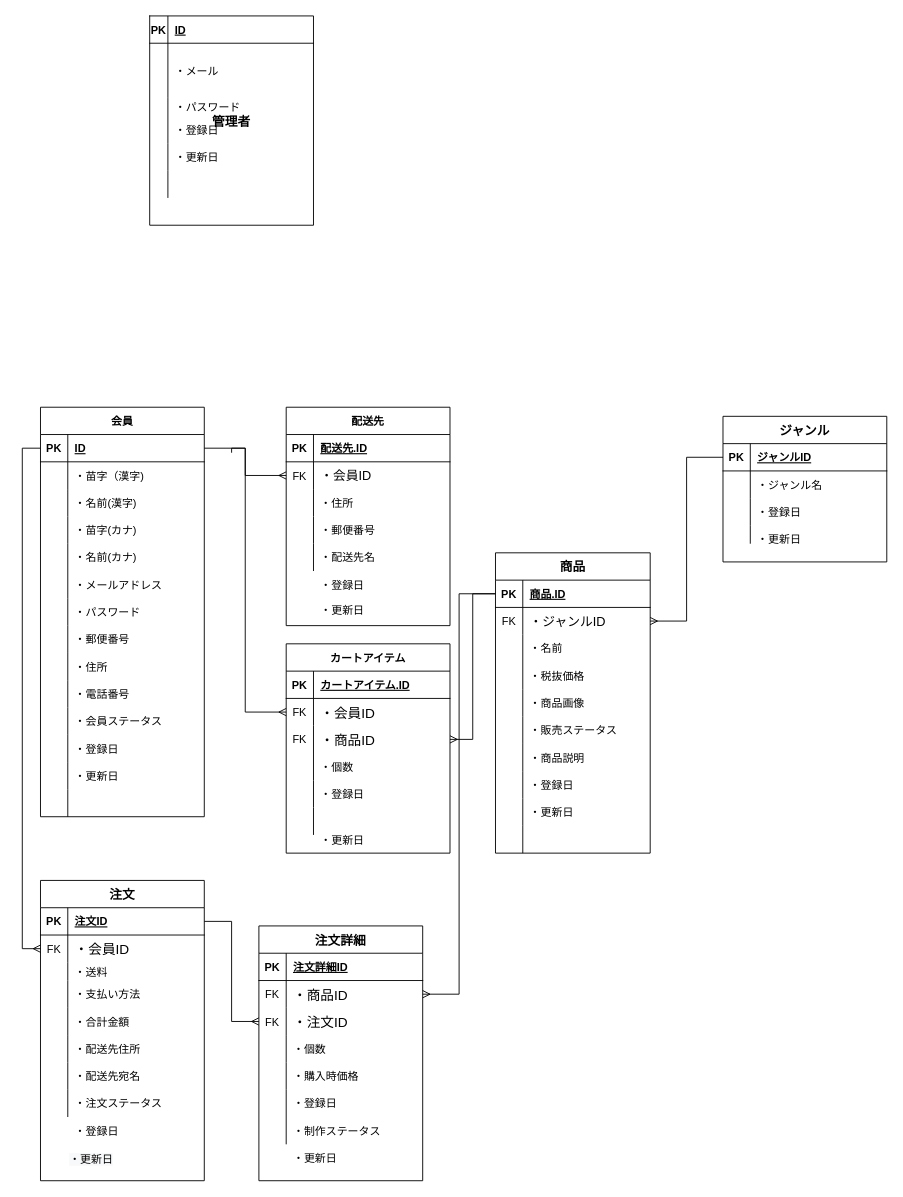
The draw.io diagram Untitled Diagram.drawio in 74905/bookers1_debug_app, before the edit. Source tidied: cells renumbered, new cells numbered last; positions are measured from the earlier drawing's top-left corner, leaving out a move shared by most shapes. Both pictures are drawn from the tidied source at 91%, with x=0, y=0 at pixel (40, 15).
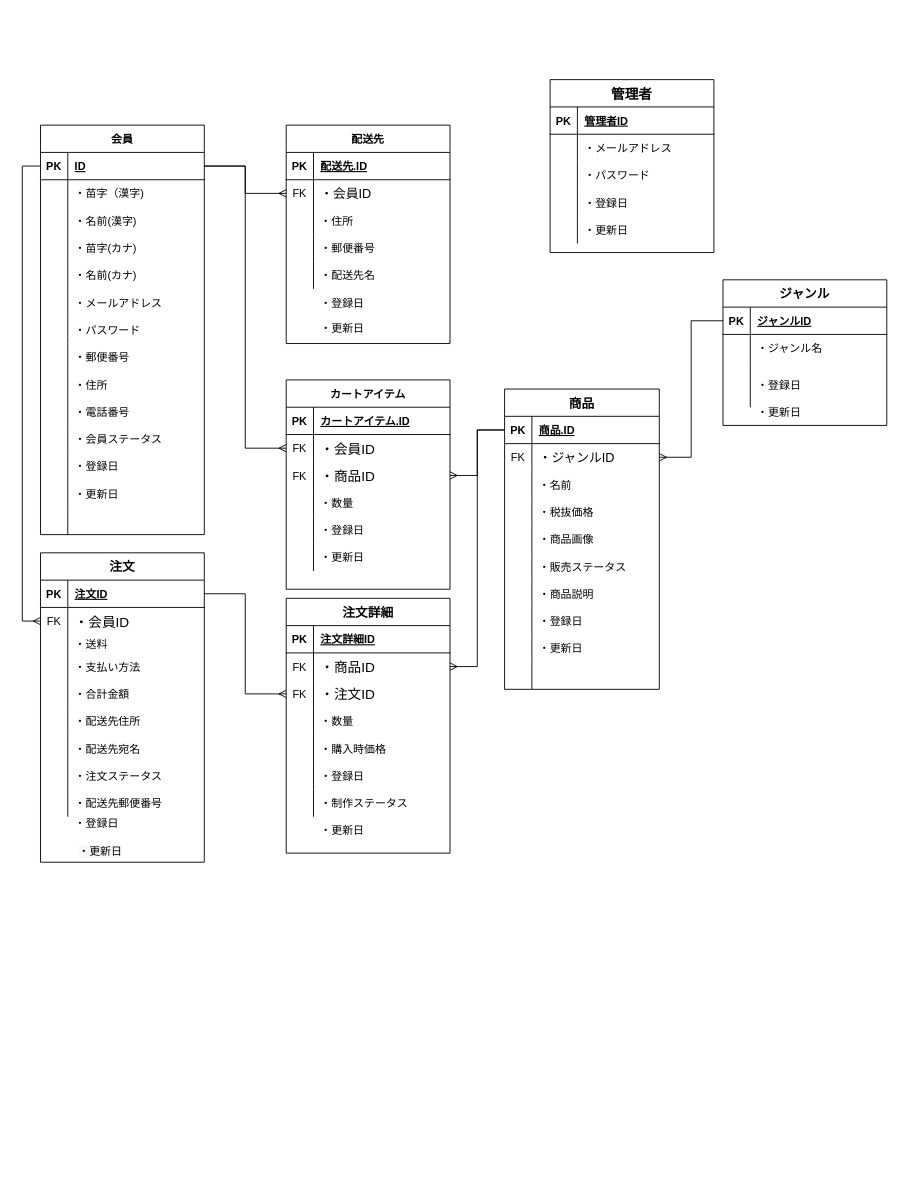
The same diagram, later.

Commit message (it also covers changes not shown here):
Untitled Diagram.drawio を更新します

Unchanged cells that the change refers to:
```xml
<mxCell id="3" style="shape=partialRectangle;fillColor=none;top=0;left=0;bottom=1;right=0;points=[[0,0.5],[1,0.5]];portConstraint=eastwest;" parent="2" vertex="1">
  <mxGeometry y="30" width="180" height="30" as="geometry" />
</mxCell>
<mxCell id="49" style="shape=partialRectangle;fillColor=none;top=0;left=0;bottom=0;right=0;points=[[0,0.5],[1,0.5]];portConstraint=eastwest;" parent="45" vertex="1">
  <mxGeometry y="60" width="180" height="30" as="geometry" />
</mxCell>
<mxCell id="65" style="shape=partialRectangle;fillColor=none;top=0;left=0;bottom=0;right=0;points=[[0,0.5],[1,0.5]];portConstraint=eastwest;" parent="61" vertex="1">
  <mxGeometry y="60" width="180" height="30" as="geometry" />
</mxCell>
<mxCell id="71" style="shape=partialRectangle;fillColor=none;top=0;left=0;bottom=0;right=0;" parent="61" vertex="1">
  <mxGeometry y="120" width="180" height="30" as="geometry" />
</mxCell>
<mxCell id="140" style="shape=partialRectangle;fillColor=none;top=0;left=0;bottom=0;right=0;" parent="130" vertex="1">
  <mxGeometry y="120" width="180" height="30" as="geometry" />
</mxCell>
```

What changed in the source:
```diff
@@
     <mxCell id="2" value="会員" style="shape=table;startSize=30;childLayout=tableLayout;rowLines=0;fontStyle=1;align=center;labelBackgroundColor=none;strokeColor=#000000;strokeWidth=1;fillColor=#ffffff;" parent="1" vertex="1">
-      <mxGeometry y="430" width="180" height="450" as="geometry" />
+      <mxGeometry y="120" width="180" height="450" as="geometry" />
     </mxCell>
@@
     <mxCell id="45" value="配送先" style="shape=table;startSize=30;childLayout=tableLayout;rowLines=0;fontStyle=1;align=center;labelBackgroundColor=none;strokeColor=#000000;strokeWidth=1;fillColor=#ffffff;" parent="1" vertex="1">
-      <mxGeometry x="270" y="430" width="180" height="240" as="geometry" />
+      <mxGeometry x="270" y="120" width="180" height="240" as="geometry" />
     </mxCell>
@@
     <mxCell id="61" value="カートアイテム" style="shape=table;startSize=30;childLayout=tableLayout;rowLines=0;fontStyle=1;align=center;labelBackgroundColor=none;strokeColor=#000000;strokeWidth=1;fillColor=#ffffff;" parent="1" vertex="1">
-      <mxGeometry x="270" y="690" width="180" height="230" as="geometry" />
+      <mxGeometry x="270" y="400" width="180" height="230" as="geometry" />
     </mxCell>
@@
-    <mxCell id="73" value="・個数" style="shape=partialRectangle;fillColor=none;top=0;left=0;bottom=0;right=0;align=left;spacingLeft=6;overflow=hidden;" parent="71" vertex="1">
+    <mxCell id="73" value="・数量" style="shape=partialRectangle;fillColor=none;top=0;left=0;bottom=0;right=0;align=left;spacingLeft=6;overflow=hidden;" parent="71" vertex="1">
       <mxGeometry x="30" width="150" height="30" as="geometry" />
     </mxCell>
@@
     <mxCell id="80" value="商品" style="shape=table;startSize=30;childLayout=tableLayout;rowLines=0;fontStyle=1;align=center;labelBackgroundColor=none;strokeColor=#000000;strokeWidth=1;fillColor=#ffffff;fontSize=14;" parent="1" vertex="1">
-      <mxGeometry x="500" y="590" width="170" height="330" as="geometry" />
+      <mxGeometry x="510" y="410" width="170" height="330" as="geometry" />
     </mxCell>
@@
-    <mxCell id="111" value="管理者" style="shape=table;startSize=0;childLayout=tableLayout;rowLines=0;fontStyle=1;align=center;labelBackgroundColor=none;strokeColor=#000000;strokeWidth=1;fillColor=#ffffff;fontSize=14;" parent="1" vertex="1">
-      <mxGeometry x="120" width="180" height="230" as="geometry" />
-    </mxCell>
-    <mxCell id="112" style="shape=partialRectangle;fillColor=none;top=0;left=0;bottom=1;right=0;" parent="111" vertex="1">
-      <mxGeometry width="180" height="30" as="geometry" />
-    </mxCell>
-    <mxCell id="113" value="PK" style="shape=partialRectangle;fillColor=none;top=0;left=0;bottom=0;right=0;fontStyle=1;overflow=hidden;" parent="112" vertex="1">
-      <mxGeometry width="20" height="30" as="geometry" />
-    </mxCell>
-    <mxCell id="114" value="ID" style="shape=partialRectangle;fillColor=none;top=0;left=0;bottom=0;right=0;align=left;spacingLeft=6;fontStyle=5;overflow=hidden;" parent="112" vertex="1">
-      <mxGeometry x="20" width="160" height="30" as="geometry" />
-    </mxCell>
-    <mxCell id="115" style="shape=partialRectangle;fillColor=none;top=0;left=0;bottom=0;right=0;" parent="111" vertex="1">
-      <mxGeometry y="30" width="180" height="60" as="geometry" />
-    </mxCell>
-    <mxCell id="116" style="shape=partialRectangle;fillColor=none;top=0;left=0;bottom=0;right=0;overflow=hidden;" parent="115" vertex="1">
-      <mxGeometry width="20" height="60" as="geometry" />
-    </mxCell>
-    <mxCell id="117" value="・メール" style="shape=partialRectangle;fillColor=none;top=0;left=0;bottom=0;right=0;align=left;spacingLeft=6;overflow=hidden;" parent="115" vertex="1">
-      <mxGeometry x="20" width="160" height="60" as="geometry" />
-    </mxCell>
-    <mxCell id="118" style="shape=partialRectangle;fillColor=none;top=0;left=0;bottom=0;right=0;" parent="111" vertex="1">
-      <mxGeometry y="90" width="180" height="20" as="geometry" />
-    </mxCell>
-    <mxCell id="119" style="shape=partialRectangle;fillColor=none;top=0;left=0;bottom=0;right=0;overflow=hidden;" parent="118" vertex="1">
-      <mxGeometry width="20" height="20" as="geometry" />
-    </mxCell>
-    <mxCell id="120" value="・パスワード" style="shape=partialRectangle;fillColor=none;top=0;left=0;bottom=0;right=0;align=left;spacingLeft=6;overflow=hidden;" parent="118" vertex="1">
-      <mxGeometry x="20" width="160" height="20" as="geometry" />
-    </mxCell>
-    <mxCell id="121" style="shape=partialRectangle;fillColor=none;top=0;left=0;bottom=0;right=0;labelBackgroundColor=none;strokeColor=#000000;strokeWidth=1;fontSize=14;" parent="111" vertex="1">
-      <mxGeometry y="110" width="180" height="30" as="geometry" />
-    </mxCell>
-    <mxCell id="122" style="shape=partialRectangle;fillColor=none;top=0;left=0;bottom=0;right=0;overflow=hidden;" parent="121" vertex="1">
-      <mxGeometry width="20" height="30" as="geometry" />
-    </mxCell>
-    <mxCell id="123" value="・登録日" style="shape=partialRectangle;fillColor=none;top=0;left=0;bottom=0;right=0;align=left;spacingLeft=6;overflow=hidden;" parent="121" vertex="1">
-      <mxGeometry x="20" width="160" height="30" as="geometry" />
-    </mxCell>
-    <mxCell id="124" style="shape=partialRectangle;fillColor=none;top=0;left=0;bottom=0;right=0;labelBackgroundColor=none;strokeColor=#000000;strokeWidth=1;fontSize=14;" parent="111" vertex="1">
-      <mxGeometry y="140" width="180" height="30" as="geometry" />
-    </mxCell>
-    <mxCell id="125" style="shape=partialRectangle;fillColor=none;top=0;left=0;bottom=0;right=0;overflow=hidden;" parent="124" vertex="1">
-      <mxGeometry width="20" height="30" as="geometry" />
-    </mxCell>
-    <mxCell id="126" value="・更新日" style="shape=partialRectangle;fillColor=none;top=0;left=0;bottom=0;right=0;align=left;spacingLeft=6;overflow=hidden;" parent="124" vertex="1">
-      <mxGeometry x="20" width="160" height="30" as="geometry" />
-    </mxCell>
-    <mxCell id="127" style="shape=partialRectangle;fillColor=none;top=0;left=0;bottom=0;right=0;" parent="111" vertex="1">
-      <mxGeometry y="170" width="180" height="30" as="geometry" />
-    </mxCell>
-    <mxCell id="128" style="shape=partialRectangle;fillColor=none;top=0;left=0;bottom=0;right=0;overflow=hidden;" parent="127" vertex="1">
-      <mxGeometry width="20" height="30" as="geometry" />
-    </mxCell>
-    <mxCell id="129" style="shape=partialRectangle;fillColor=none;top=0;left=0;bottom=0;right=0;align=left;spacingLeft=6;overflow=hidden;" parent="127" vertex="1">
-      <mxGeometry x="20" width="160" height="30" as="geometry" />
-    </mxCell>
     <mxCell id="130" value="注文詳細" style="shape=table;startSize=30;childLayout=tableLayout;rowLines=0;fontStyle=1;align=center;labelBackgroundColor=none;strokeColor=#000000;strokeWidth=1;fillColor=#ffffff;fontSize=14;" parent="1" vertex="1">
-      <mxGeometry x="240" y="1000" width="180" height="280" as="geometry" />
+      <mxGeometry x="270" y="640" width="180" height="280" as="geometry" />
     </mxCell>
@@
-    <mxCell id="142" value="・個数" style="shape=partialRectangle;fillColor=none;top=0;left=0;bottom=0;right=0;align=left;spacingLeft=6;overflow=hidden;" parent="140" vertex="1">
+    <mxCell id="142" value="・数量" style="shape=partialRectangle;fillColor=none;top=0;left=0;bottom=0;right=0;align=left;spacingLeft=6;overflow=hidden;" parent="140" vertex="1">
       <mxGeometry x="30" width="150" height="30" as="geometry" />
     </mxCell>
@@
     <mxCell id="152" value="注文" style="shape=table;startSize=30;childLayout=tableLayout;rowLines=0;fontStyle=1;align=center;labelBackgroundColor=none;strokeColor=#000000;strokeWidth=1;fillColor=#ffffff;fontSize=14;" parent="1" vertex="1">
-      <mxGeometry y="950" width="180" height="330" as="geometry" />
+      <mxGeometry y="590" width="180" height="340" as="geometry" />
     </mxCell>
@@
+    <mxCell id="205" style="shape=partialRectangle;fillColor=none;top=0;left=0;bottom=0;right=0;labelBackgroundColor=none;strokeColor=#000000;strokeWidth=1;fontSize=15;" parent="152" vertex="1">
+      <mxGeometry y="260" width="180" height="30" as="geometry" />
+    </mxCell>
+    <mxCell id="206" style="shape=partialRectangle;fillColor=none;top=0;left=0;bottom=0;right=0;overflow=hidden;" parent="205" vertex="1">
+      <mxGeometry width="30" height="30" as="geometry" />
+    </mxCell>
+    <mxCell id="207" value="・配送先郵便番号" style="shape=partialRectangle;fillColor=none;top=0;left=0;bottom=0;right=0;align=left;spacingLeft=6;overflow=hidden;" parent="205" vertex="1">
+      <mxGeometry x="30" width="150" height="30" as="geometry" />
+    </mxCell>
     <mxCell id="177" value="ジャンル" style="shape=table;startSize=30;childLayout=tableLayout;rowLines=0;fontStyle=1;align=center;labelBackgroundColor=none;strokeColor=#000000;strokeWidth=1;fillColor=#ffffff;fontSize=14;" parent="1" vertex="1">
-      <mxGeometry x="750" y="440" width="180" height="160" as="geometry" />
+      <mxGeometry x="750" y="290" width="180" height="160" as="geometry" />
     </mxCell>
@@
-    <mxCell id="190" style="edgeStyle=orthogonalEdgeStyle;rounded=0;jettySize=auto;html=1;exitX=1;exitY=0.5;exitDx=0;exitDy=0;entryX=0;entryY=0.5;entryDx=0;entryDy=0;fontSize=15;startArrow=none;startFill=0;endArrow=ERmany;endFill=0;" parent="1" edge="1" source="3" target="49">
-      <mxGeometry relative="1" as="geometry" />
-    </mxCell>
     <mxCell id="191" value="・更新日" style="shape=partialRectangle;fillColor=none;top=0;left=0;bottom=0;right=0;align=left;spacingLeft=6;overflow=hidden;" parent="1" vertex="1">
-      <mxGeometry x="300" y="890" width="150" height="30" as="geometry" />
+      <mxGeometry x="300" y="580" width="150" height="30" as="geometry" />
     </mxCell>
     <mxCell id="192" value="・更新日" style="shape=partialRectangle;fillColor=none;top=0;left=0;bottom=0;right=0;align=left;spacingLeft=6;overflow=hidden;" parent="1" vertex="1">
-      <mxGeometry x="300" y="635" width="150" height="35" as="geometry" />
+      <mxGeometry x="300" y="325" width="150" height="35" as="geometry" />
     </mxCell>
     <mxCell id="193" value="・登録日" style="shape=partialRectangle;fillColor=none;top=0;left=0;bottom=0;right=0;align=left;spacingLeft=6;overflow=hidden;" parent="1" vertex="1">
-      <mxGeometry x="300" y="610" width="150" height="30" as="geometry" />
+      <mxGeometry x="300" y="300" width="150" height="30" as="geometry" />
     </mxCell>
-    <mxCell id="194" style="edgeStyle=orthogonalEdgeStyle;rounded=0;jettySize=auto;html=1;entryX=0;entryY=0.5;entryDx=0;entryDy=0;startArrow=none;startFill=0;endArrow=ERmany;endFill=0;fontSize=15;" parent="1" edge="1" target="65">
-      <mxGeometry relative="1" as="geometry">
-        <mxPoint x="210" y="480" as="sourcePoint" />
-        <Array as="points">
-          <mxPoint x="225" y="475" />
-          <mxPoint x="225" y="765" />
-        </Array>
-      </mxGeometry>
-    </mxCell>
     <mxCell id="195" value="・登録日" style="shape=partialRectangle;fillColor=none;top=0;left=0;bottom=0;right=0;align=left;spacingLeft=6;overflow=hidden;" parent="1" vertex="1">
-      <mxGeometry x="780" y="530" width="150" height="30" as="geometry" />
+      <mxGeometry x="780" y="390" width="150" height="30" as="geometry" />
     </mxCell>
     <mxCell id="196" value="・更新日" style="shape=partialRectangle;fillColor=none;top=0;left=0;bottom=0;right=0;align=left;spacingLeft=6;overflow=hidden;" parent="1" vertex="1">
-      <mxGeometry x="780" y="560" width="150" height="30" as="geometry" />
+      <mxGeometry x="780" y="420" width="150" height="30" as="geometry" />
     </mxCell>
@@
     <mxCell id="202" value="・更新日" style="shape=partialRectangle;fillColor=none;top=0;left=0;bottom=0;right=0;align=left;spacingLeft=6;overflow=hidden;" parent="1" vertex="1">
-      <mxGeometry x="270" y="1240" width="150" height="30" as="geometry" />
+      <mxGeometry x="300" y="880" width="150" height="30" as="geometry" />
     </mxCell>
     <mxCell id="203" value="&lt;span style=&quot;color: rgb(0, 0, 0); font-family: helvetica; font-size: 12px; font-style: normal; font-weight: 400; letter-spacing: normal; text-align: left; text-indent: 0px; text-transform: none; word-spacing: 0px; background-color: rgb(248, 249, 250); display: inline; float: none;&quot;&gt;・更新日&lt;/span&gt;" style="text;whiteSpace=wrap;html=1;fontSize=15;" parent="1" vertex="1">
-      <mxGeometry x="30" y="1240" width="70" height="30" as="geometry" />
+      <mxGeometry x="40" y="902" width="70" height="30" as="geometry" />
     </mxCell>
     <mxCell id="204" value="・登録日" style="shape=partialRectangle;fillColor=none;top=0;left=0;bottom=0;right=0;align=left;spacingLeft=6;overflow=hidden;" parent="1" vertex="1">
-      <mxGeometry x="30" y="1210" width="150" height="30" as="geometry" />
+      <mxGeometry x="30" y="872" width="150" height="30" as="geometry" />
     </mxCell>
+    <mxCell id="111" value="管理者" style="shape=table;startSize=30;childLayout=tableLayout;rowLines=0;fontStyle=1;align=center;labelBackgroundColor=none;strokeColor=#000000;strokeWidth=1;fillColor=#ffffff;fontSize=15;" parent="1" vertex="1">
+      <mxGeometry x="560" y="70" width="180" height="190" as="geometry" />
+    </mxCell>
+    <mxCell id="208" style="shape=partialRectangle;fillColor=none;top=0;left=0;bottom=1;right=0;" parent="111" vertex="1">
+      <mxGeometry y="30" width="180" height="30" as="geometry" />
+    </mxCell>
+    <mxCell id="113" value="PK" style="shape=partialRectangle;fillColor=none;top=0;left=0;bottom=0;right=0;fontStyle=1;overflow=hidden;" parent="208" vertex="1">
+      <mxGeometry width="30" height="30" as="geometry" />
+    </mxCell>
+    <mxCell id="209" value="管理者ID" style="shape=partialRectangle;fillColor=none;top=0;left=0;bottom=0;right=0;align=left;spacingLeft=6;fontStyle=5;overflow=hidden;" parent="208" vertex="1">
+      <mxGeometry x="30" width="150" height="30" as="geometry" />
+    </mxCell>
+    <mxCell id="210" style="shape=partialRectangle;fillColor=none;top=0;left=0;bottom=0;right=0;" parent="111" vertex="1">
+      <mxGeometry y="60" width="180" height="30" as="geometry" />
+    </mxCell>
+    <mxCell id="211" style="shape=partialRectangle;fillColor=none;top=0;left=0;bottom=0;right=0;overflow=hidden;" parent="210" vertex="1">
+      <mxGeometry width="30" height="30" as="geometry" />
+    </mxCell>
+    <mxCell id="212" value="・メールアドレス" style="shape=partialRectangle;fillColor=none;top=0;left=0;bottom=0;right=0;align=left;spacingLeft=6;overflow=hidden;" parent="210" vertex="1">
+      <mxGeometry x="30" width="150" height="30" as="geometry" />
+    </mxCell>
+    <mxCell id="213" style="shape=partialRectangle;fillColor=none;top=0;left=0;bottom=0;right=0;" parent="111" vertex="1">
+      <mxGeometry y="90" width="180" height="30" as="geometry" />
+    </mxCell>
+    <mxCell id="214" style="shape=partialRectangle;fillColor=none;top=0;left=0;bottom=0;right=0;overflow=hidden;" parent="213" vertex="1">
+      <mxGeometry width="30" height="30" as="geometry" />
+    </mxCell>
+    <mxCell id="120" value="・パスワード" style="shape=partialRectangle;fillColor=none;top=0;left=0;bottom=0;right=0;align=left;spacingLeft=6;overflow=hidden;" parent="213" vertex="1">
+      <mxGeometry x="30" width="150" height="30" as="geometry" />
+    </mxCell>
+    <mxCell id="215" style="shape=partialRectangle;fillColor=none;top=0;left=0;bottom=0;right=0;" parent="111" vertex="1">
+      <mxGeometry y="120" width="180" height="30" as="geometry" />
+    </mxCell>
+    <mxCell id="216" style="shape=partialRectangle;fillColor=none;top=0;left=0;bottom=0;right=0;overflow=hidden;" parent="215" vertex="1">
+      <mxGeometry width="30" height="30" as="geometry" />
+    </mxCell>
+    <mxCell id="123" value="・登録日" style="shape=partialRectangle;fillColor=none;top=0;left=0;bottom=0;right=0;align=left;spacingLeft=6;overflow=hidden;" parent="215" vertex="1">
+      <mxGeometry x="30" width="150" height="30" as="geometry" />
+    </mxCell>
+    <mxCell id="217" style="shape=partialRectangle;fillColor=none;top=0;left=0;bottom=0;right=0;labelBackgroundColor=none;strokeColor=#000000;strokeWidth=1;fontSize=15;" parent="111" vertex="1">
+      <mxGeometry y="150" width="180" height="30" as="geometry" />
+    </mxCell>
+    <mxCell id="218" style="shape=partialRectangle;fillColor=none;top=0;left=0;bottom=0;right=0;overflow=hidden;" parent="217" vertex="1">
+      <mxGeometry width="30" height="30" as="geometry" />
+    </mxCell>
+    <mxCell id="126" value="・更新日" style="shape=partialRectangle;fillColor=none;top=0;left=0;bottom=0;right=0;align=left;spacingLeft=6;overflow=hidden;" parent="217" vertex="1">
+      <mxGeometry x="30" width="150" height="30" as="geometry" />
+    </mxCell>
+    <mxCell id="190" style="edgeStyle=orthogonalEdgeStyle;rounded=0;jettySize=auto;html=1;exitX=1;exitY=0.5;exitDx=0;exitDy=0;entryX=0;entryY=0.5;entryDx=0;entryDy=0;startArrow=none;startFill=0;endArrow=ERmany;endFill=0;fontSize=15;" parent="1" edge="1" source="3" target="49">
+      <mxGeometry relative="1" as="geometry">
+        <Array as="points">
+          <mxPoint x="225" y="165" />
+          <mxPoint x="225" y="195" />
+        </Array>
+      </mxGeometry>
+    </mxCell>
+    <mxCell id="219" style="edgeStyle=orthogonalEdgeStyle;rounded=0;jettySize=auto;html=1;exitX=1;exitY=0.5;exitDx=0;exitDy=0;entryX=0;entryY=0.5;entryDx=0;entryDy=0;startArrow=none;startFill=0;endArrow=ERmany;endFill=0;fontSize=15;" parent="1" edge="1" source="3" target="65">
+      <mxGeometry relative="1" as="geometry" />
+    </mxCell>
```
